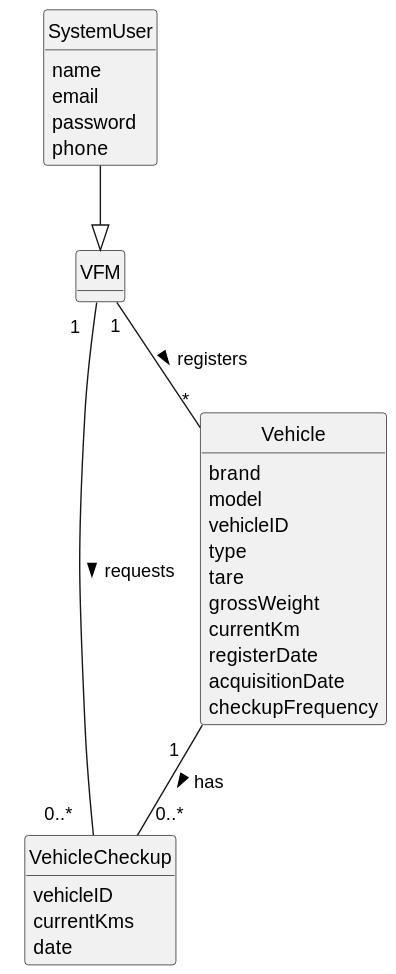
Departamento-de-Engenharia-Informatica/lei-24-s2-1do-g164 keeps this PlantUML diagram as docs/sprintA/us007/02.analysis/svg/us007-domain-model.svg. Above is the earlier version.
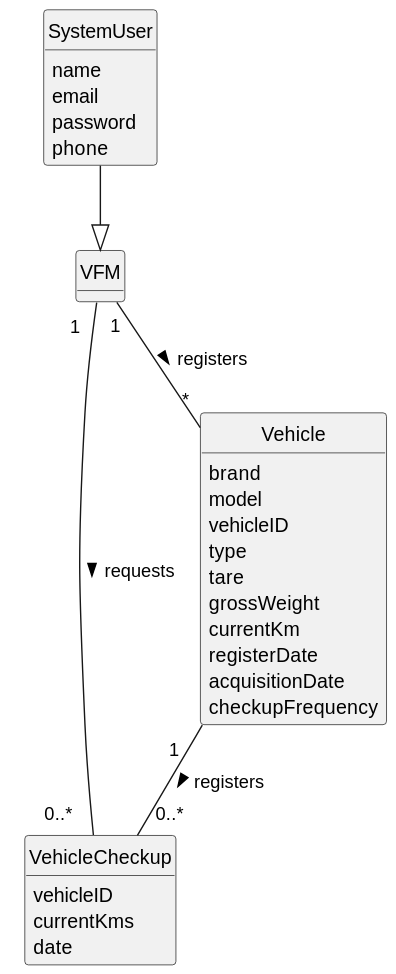
Above is the later version.

Commit message:
Start of the associations between conceptual classes and corrections in the global domain model

Diff of the diagram source:
```diff
@@ -45,7 +45,7 @@
 
 
 VFM "1" -- "*" Vehicle : registers >
-Vehicle "1   " -- "0..*                        " VehicleCheckup : has >
+Vehicle "1   " -- "0..*                        " VehicleCheckup : registers >
 VFM "           1 " -- "0..*   " VehicleCheckup : requests >
 SystemUser --|> VFM
 @enduml
```
